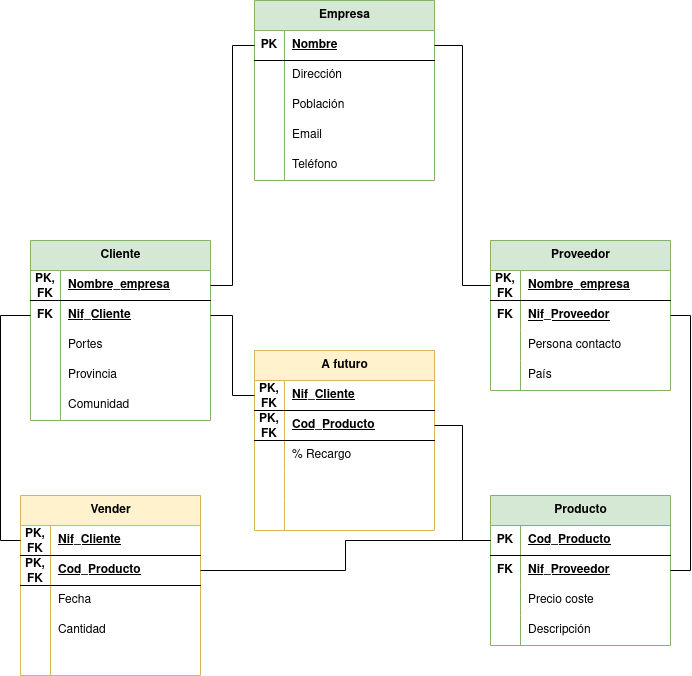
The draw.io diagram Unidad-1/Tareas/Tareas-evaluables/Tarea-evaluable-5/tarea-empresa-compraventa.drawio.png in LuisMGlez/base-datos, before a commit. Source tidied: cells renumbered, new cells last; positions are measured from the earlier drawing's top-left corner, leaving out a move shared by most shapes.
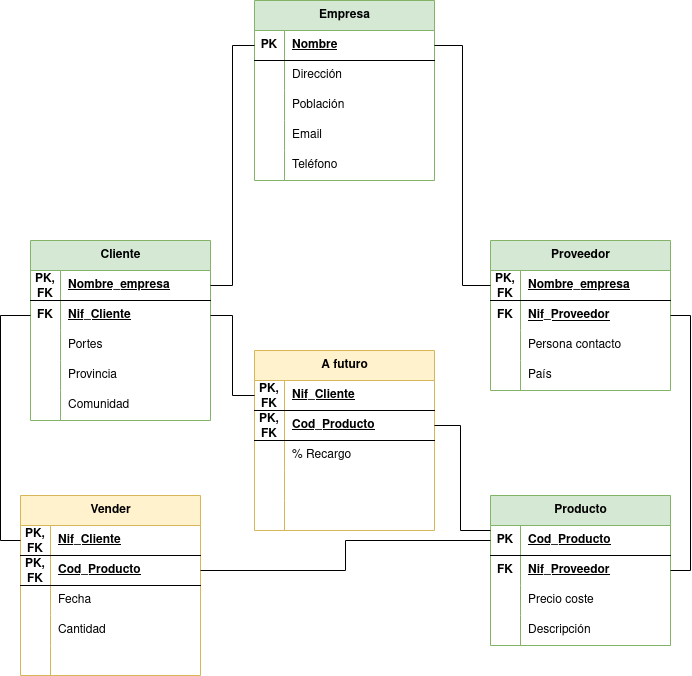
Later version of the same file.

The edit, as a diff of the source:
```diff
@@ -287,8 +287,14 @@
     <mxCell id="96" style="edgeStyle=orthogonalEdgeStyle;rounded=0;jettySize=auto;html=1;exitX=1;exitY=0.5;exitDx=0;exitDy=0;entryX=0;entryY=0.5;entryDx=0;entryDy=0;endArrow=none;endFill=0;" parent="1" edge="1" source="6" target="63">
       <mxGeometry relative="1" as="geometry" />
     </mxCell>
-    <mxCell id="97" style="edgeStyle=orthogonalEdgeStyle;rounded=0;jettySize=auto;html=1;exitX=0;exitY=0.5;exitDx=0;exitDy=0;entryX=1;entryY=0.5;entryDx=0;entryDy=0;endArrow=none;endFill=0;" parent="1" edge="1" source="50" target="66">
-      <mxGeometry relative="1" as="geometry" />
+    <mxCell id="97" style="edgeStyle=orthogonalEdgeStyle;rounded=0;jettySize=auto;html=1;entryX=1;entryY=0.5;entryDx=0;entryDy=0;endArrow=none;endFill=0;" parent="1" edge="1" target="66">
+      <mxGeometry relative="1" as="geometry">
+        <mxPoint x="470" y="530" as="sourcePoint" />
+        <Array as="points">
+          <mxPoint x="440" y="530" />
+          <mxPoint x="440" y="425" />
+        </Array>
+      </mxGeometry>
     </mxCell>
     <mxCell id="98" style="edgeStyle=orthogonalEdgeStyle;rounded=0;jettySize=auto;html=1;exitX=1;exitY=0.5;exitDx=0;exitDy=0;entryX=1;entryY=0.5;entryDx=0;entryDy=0;endArrow=none;endFill=0;" parent="1" edge="1" source="38" target="49">
       <mxGeometry relative="1" as="geometry" />
```
